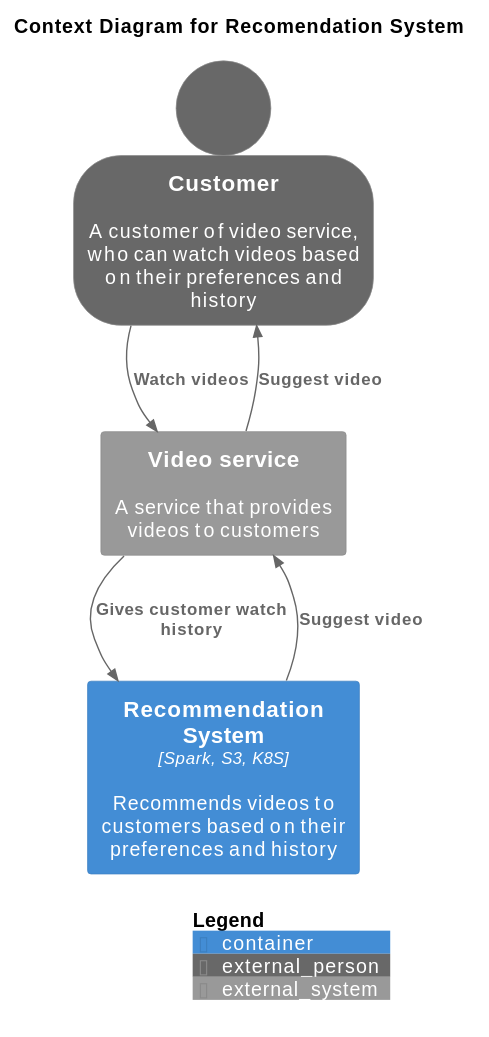
Earlier version of the PlantUML export docs/c4-context.svg (vktrbr/itmo-big-data-ml).
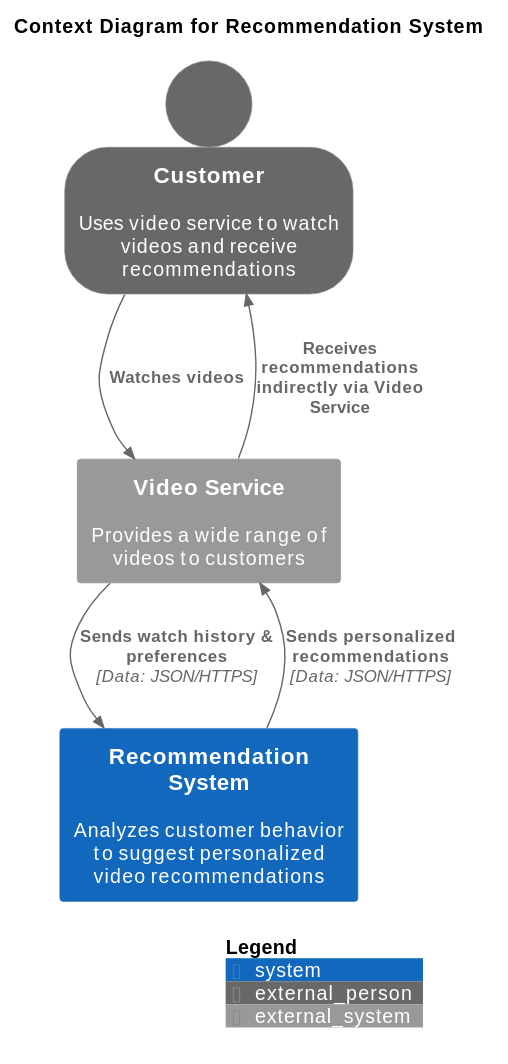
The same file after the commit.

Commit message:
refactor a bit containers and context

Change to the diagram source:
```diff
@@ -1,21 +1,18 @@
 @startuml
-!if %variable_exists("RELATIVE_INCLUDE")
-  !include %get_variable_value("RELATIVE_INCLUDE")/C4_Container.puml
-!else
-  !include https://raw.githubusercontent.com/plantuml-stdlib/C4-PlantUML/master/C4_Container.puml
-!endif
+!include https://raw.githubusercontent.com/plantuml-stdlib/C4-PlantUML/master/C4_Container.puml
 
 SHOW_PERSON_OUTLINE()
 
-title Context Diagram for Recomendation System
-    Person_Ext(customer, Customer, "A customer of video service, who can watch videos based on their preferences and history")
-    System_Ext(video_service, "Video service", "A service that provides videos to customers")
-    Container(rec_sys, "Recommendation System", "Spark, S3, K8S", "Recommends videos to customers based on their preferences and history")
+title Context Diagram for Recommendation System
 
-Rel(customer, video_service, "Watch videos")
-Rel_Back(customer, video_service, "Suggest video")
-Rel(video_service, rec_sys, "Gives customer watch history")
-Rel_Back(video_service, rec_sys, "Suggest video")
+Person_Ext(customer, "Customer", "Uses video service to watch videos and receive recommendations")
+System_Ext(video_service, "Video Service", "Provides a wide range of videos to customers")
+System(rec_sys, "Recommendation System", "Analyzes customer behavior to suggest personalized video recommendations")
+
+Rel(customer, video_service, "Watches videos")
+Rel(video_service, rec_sys, "Sends watch history & preferences", "Data: JSON/HTTPS")
+Rel(rec_sys, video_service, "Sends personalized recommendations", "Data: JSON/HTTPS")
+Rel_Back(customer, video_service, "Receives recommendations indirectly via Video Service")
 
 SHOW_LEGEND()
 @enduml
```
